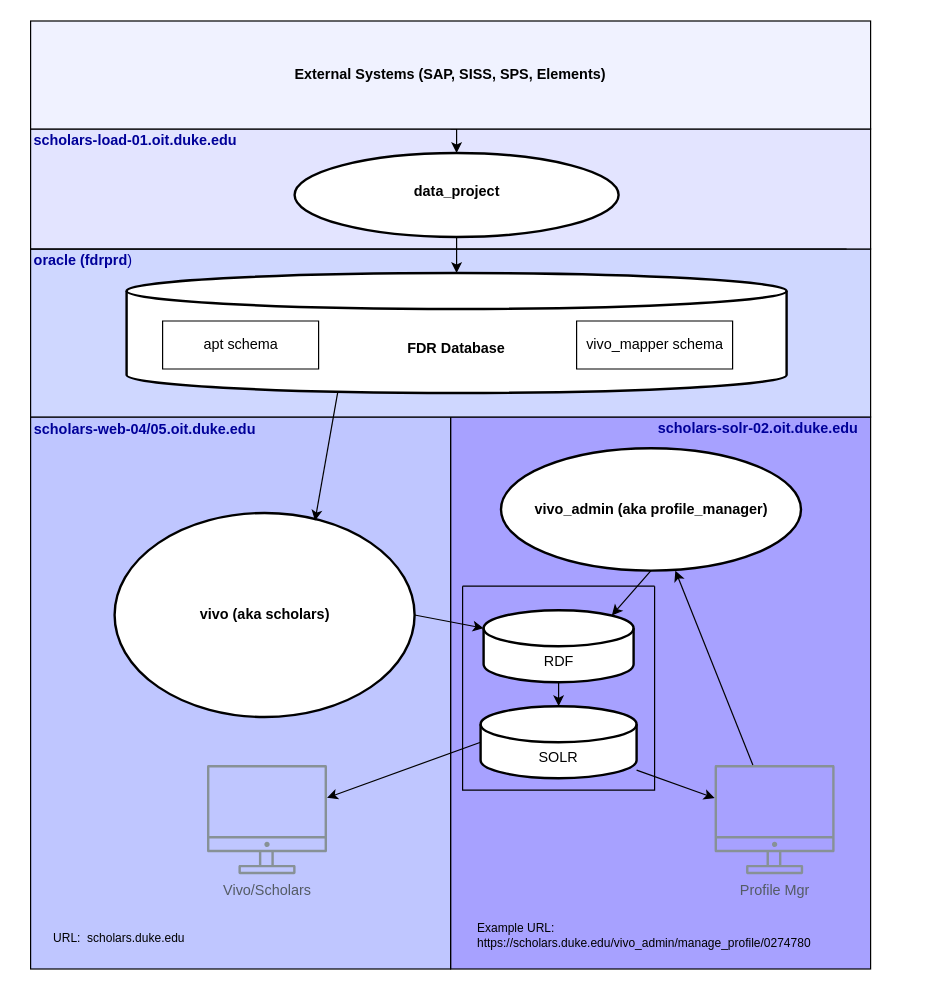
Above: Untitled Diagram.drawio in tibbs001/scholars (draw.io), before the change. Source tidied: cells renumbered, new cells numbered last; positions are measured from the earlier drawing's top-left corner, leaving out a move shared by most shapes. Both pictures are drawn from the tidied source at 120%, with x=0, y=0 at pixel (20, 20).
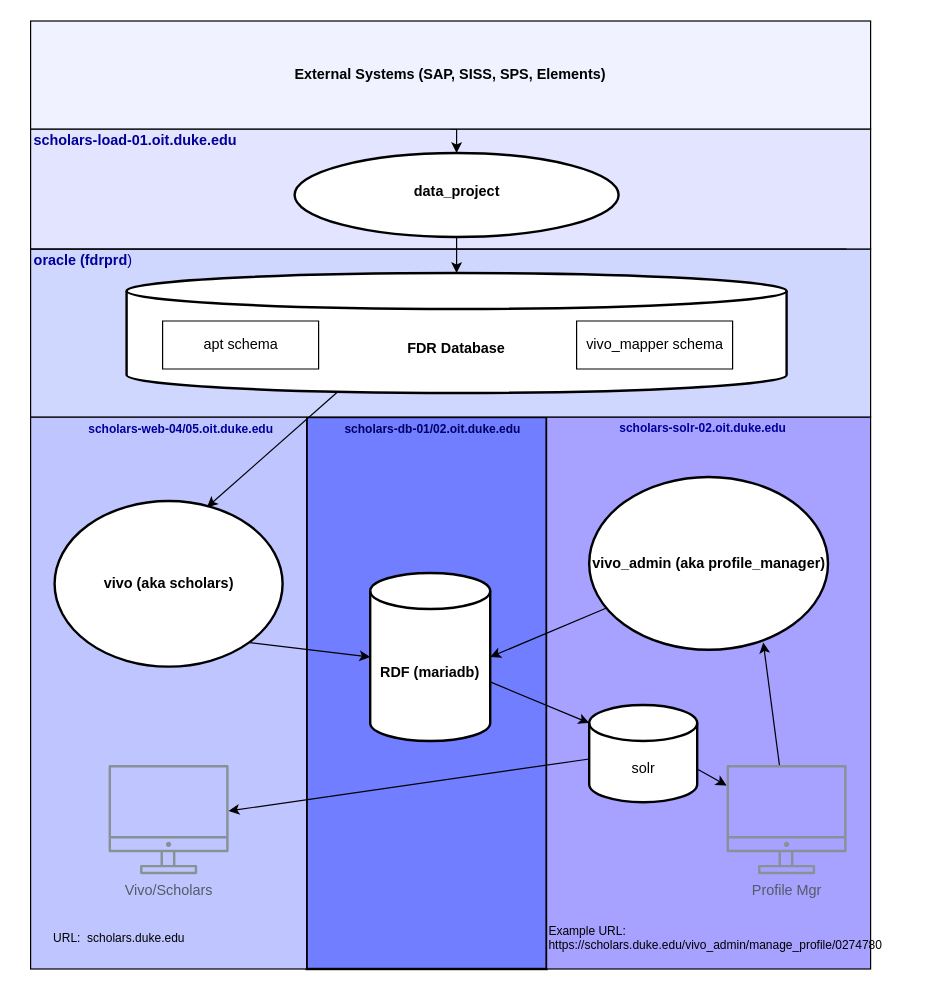
The same page after the edit.

Change to the diagram source:
```diff
@@
+    <mxCell id="34" style="rounded=0;whiteSpace=wrap;html=1;labelBackgroundColor=none;labelBorderColor=none;fontSize=10;fontColor=#000000;strokeWidth=2;fillColor=#707EFF;" parent="1" vertex="1">
+      <mxGeometry x="238" y="330" width="200" height="460" as="geometry" />
+    </mxCell>
     <mxCell id="2" style="rounded=0;whiteSpace=wrap;html=1;fillColor=#A7A1FF;" parent="1" vertex="1">
-      <mxGeometry x="358" y="330" width="350" height="460" as="geometry" />
+      <mxGeometry x="438" y="330" width="270" height="460" as="geometry" />
     </mxCell>
     <mxCell id="3" style="rounded=0;whiteSpace=wrap;html=1;fillColor=#BFC6FF;" parent="1" vertex="1">
-      <mxGeometry x="8" y="330" width="350" height="460" as="geometry" />
+      <mxGeometry x="8" y="330" width="230" height="460" as="geometry" />
     </mxCell>
@@
     <mxCell id="9" value="&lt;div&gt;Vivo/Scholars&lt;/div&gt;" style="sketch=0;outlineConnect=0;gradientColor=none;fontColor=#545B64;strokeColor=none;fillColor=#879196;dashed=0;verticalLabelPosition=bottom;verticalAlign=top;align=center;html=1;fontSize=12;fontStyle=0;shape=mxgraph.aws4.illustration_desktop;" parent="1" vertex="1">
-      <mxGeometry x="155" y="620" width="100" height="91" as="geometry" />
+      <mxGeometry x="73" y="620" width="100" height="91" as="geometry" />
     </mxCell>
     <mxCell id="10" value="&lt;div&gt;Profile Mgr &lt;br&gt;&lt;/div&gt;" style="sketch=0;outlineConnect=0;gradientColor=none;fontColor=#545B64;strokeColor=none;fillColor=#879196;dashed=0;verticalLabelPosition=bottom;verticalAlign=top;align=center;html=1;fontSize=12;fontStyle=0;shape=mxgraph.aws4.illustration_desktop;" parent="1" vertex="1">
-      <mxGeometry x="578" y="620" width="100" height="91" as="geometry" />
+      <mxGeometry x="588" y="620" width="100" height="91" as="geometry" />
     </mxCell>
@@
     <mxCell id="12" value="&lt;b&gt;vivo (aka scholars)&lt;/b&gt;" style="verticalLabelPosition=middle;verticalAlign=middle;html=1;shape=mxgraph.flowchart.on-page_reference;fontStyle=0;horizontal=1;labelPosition=center;align=center;strokeWidth=2;" parent="1" vertex="1">
-      <mxGeometry x="78" y="410" width="250" height="170" as="geometry" />
+      <mxGeometry x="28" y="400" width="190" height="138" as="geometry" />
     </mxCell>
     <mxCell id="13" value="&lt;b&gt;vivo_admin (aka profile_manager)&lt;/b&gt;" style="verticalLabelPosition=middle;verticalAlign=middle;html=1;shape=mxgraph.flowchart.on-page_reference;fontStyle=0;horizontal=1;labelPosition=center;align=center;strokeWidth=2;" parent="1" vertex="1">
-      <mxGeometry x="400" y="356" width="250" height="102" as="geometry" />
+      <mxGeometry x="473.5" y="380" width="199" height="144" as="geometry" />
     </mxCell>
@@
-    <mxCell id="17" style="endArrow=classic;html=1;rounded=0;curved=1;exitX=0;exitY=0.5;exitDx=0;exitDy=0;exitPerimeter=0;" parent="1" edge="1" source="20" target="9">
+    <mxCell id="17" style="endArrow=classic;html=1;rounded=0;curved=1;exitX=0;exitY=0;exitDx=0;exitDy=45;exitPerimeter=0;" parent="1" edge="1" source="35" target="9">
       <mxGeometry relative="1" as="geometry" />
     </mxCell>
-    <mxCell id="18" style="swimlane;startSize=0;" parent="1" vertex="1">
-      <mxGeometry x="368" y="471" width="160" height="170" as="geometry" />
-    </mxCell>
-    <mxCell id="19" value="RDF" style="shape=cylinder3;whiteSpace=wrap;html=1;boundedLbl=1;backgroundOutline=1;size=15;strokeWidth=2;" parent="18" vertex="1">
-      <mxGeometry x="17.5" y="20" width="125" height="60" as="geometry" />
-    </mxCell>
-    <mxCell id="20" value="SOLR" style="shape=cylinder3;whiteSpace=wrap;html=1;boundedLbl=1;backgroundOutline=1;size=15;strokeWidth=2;" parent="18" vertex="1">
-      <mxGeometry x="15" y="100" width="130" height="60" as="geometry" />
-    </mxCell>
-    <mxCell id="21" style="endArrow=classic;html=1;rounded=0;curved=1;exitX=0.5;exitY=1;exitDx=0;exitDy=0;exitPerimeter=0;" parent="18" edge="1" source="19" target="20">
-      <mxGeometry relative="1" as="geometry" />
-    </mxCell>
-    <mxCell id="22" style="endArrow=classic;html=1;rounded=0;curved=1;" parent="1" edge="1" source="20" target="10">
-      <mxGeometry relative="1" as="geometry" />
-    </mxCell>
-    <mxCell id="23" style="endArrow=classic;html=1;rounded=0;curved=1;" parent="1" edge="1" source="10" target="13">
+    <mxCell id="23" style="endArrow=classic;html=1;rounded=0;curved=1;entryX=0.729;entryY=0.958;entryDx=0;entryDy=0;entryPerimeter=0;" parent="1" edge="1" source="10" target="13">
       <mxGeometry relative="1" as="geometry" />
     </mxCell>
@@
-    <mxCell id="27" value="&lt;div&gt;&lt;font color=&quot;#000099&quot;&gt;&lt;b&gt;scholars-web-04/05.oit.duke.edu&lt;/b&gt;&lt;/font&gt;&lt;/div&gt;" style="text;html=1;align=center;verticalAlign=middle;strokeColor=none;fillColor=none;" parent="1" vertex="1">
-      <mxGeometry x="3" y="331" width="200" height="20" as="geometry" />
+    <mxCell id="27" value="&lt;div style=&quot;font-size: 10px;&quot;&gt;&lt;font style=&quot;font-size: 10px;&quot; color=&quot;#000099&quot;&gt;&lt;b style=&quot;font-size: 10px;&quot;&gt;scholars-web-04/05.oit.duke.edu&lt;/b&gt;&lt;/font&gt;&lt;/div&gt;" style="text;html=1;align=center;verticalAlign=middle;strokeColor=none;fillColor=none;fontSize=10;" parent="1" vertex="1">
+      <mxGeometry x="48" y="330" width="170" height="20" as="geometry" />
     </mxCell>
-    <mxCell id="28" value="&lt;div&gt;&lt;font color=&quot;#000099&quot;&gt;&lt;b&gt;scholars-solr-02.oit.duke.edu&lt;/b&gt;&lt;/font&gt;&lt;/div&gt;&lt;div&gt;&lt;font color=&quot;#000099&quot;&gt;&lt;b&gt;&lt;br&gt;&lt;/b&gt;&lt;/font&gt;&lt;/div&gt;" style="text;html=1;align=center;verticalAlign=middle;strokeColor=none;fillColor=none;" parent="1" vertex="1">
-      <mxGeometry x="524" y="332" width="180" height="30" as="geometry" />
+    <mxCell id="28" value="&lt;div style=&quot;font-size: 10px;&quot;&gt;&lt;font style=&quot;font-size: 10px;&quot; color=&quot;#000099&quot;&gt;&lt;b style=&quot;font-size: 10px;&quot;&gt;scholars-solr-02.oit.duke.edu&lt;/b&gt;&lt;/font&gt;&lt;/div&gt;&lt;div style=&quot;font-size: 10px;&quot;&gt;&lt;font style=&quot;font-size: 10px;&quot; color=&quot;#000099&quot;&gt;&lt;b style=&quot;font-size: 10px;&quot;&gt;&lt;br style=&quot;font-size: 10px;&quot;&gt;&lt;/b&gt;&lt;/font&gt;&lt;/div&gt;" style="text;html=1;align=center;verticalAlign=middle;strokeColor=none;fillColor=none;fontSize=10;" parent="1" vertex="1">
+      <mxGeometry x="493" y="330" width="150" height="30" as="geometry" />
     </mxCell>
-    <mxCell id="29" style="endArrow=classic;html=1;rounded=0;curved=1;exitX=1;exitY=0.5;exitDx=0;exitDy=0;exitPerimeter=0;entryX=0;entryY=0;entryDx=0;entryDy=15;entryPerimeter=0;" parent="1" edge="1" source="12" target="19">
+    <mxCell id="29" style="endArrow=classic;html=1;rounded=0;curved=1;exitX=0.855;exitY=0.855;exitDx=0;exitDy=0;exitPerimeter=0;entryX=0;entryY=0.5;entryDx=0;entryDy=0;entryPerimeter=0;" parent="1" edge="1" source="12" target="19">
       <mxGeometry relative="1" as="geometry" />
     </mxCell>
@@
-    <mxCell id="31" style="endArrow=classic;html=1;rounded=0;curved=1;exitX=0.5;exitY=1;exitDx=0;exitDy=0;exitPerimeter=0;entryX=0.855;entryY=0;entryDx=0;entryDy=4.35;entryPerimeter=0;" parent="1" edge="1" source="13" target="19">
+    <mxCell id="31" style="endArrow=classic;html=1;rounded=0;curved=1;exitX=0.075;exitY=0.757;exitDx=0;exitDy=0;exitPerimeter=0;entryX=1;entryY=0.5;entryDx=0;entryDy=0;entryPerimeter=0;" parent="1" edge="1" source="13" target="19">
       <mxGeometry relative="1" as="geometry" />
     </mxCell>
-    <mxCell id="32" value="&lt;div style=&quot;font-size: 10px;&quot; align=&quot;left&quot;&gt;Example URL:&lt;/div&gt;&lt;div style=&quot;font-size: 10px;&quot;&gt;https://scholars.duke.edu/vivo_admin/manage_profile/0274780&lt;br style=&quot;font-size: 10px;&quot;&gt;&lt;/div&gt;" style="text;html=1;strokeColor=none;fillColor=none;align=center;verticalAlign=middle;whiteSpace=wrap;rounded=0;labelBackgroundColor=none;labelBorderColor=none;fontColor=#000000;fontSize=10;" parent="1" vertex="1">
-      <mxGeometry x="361" y="753" width="317" height="17" as="geometry" />
+    <mxCell id="32" value="&lt;div style=&quot;font-size: 10px;&quot;&gt;Example URL:&lt;/div&gt;&lt;div style=&quot;font-size: 10px;&quot;&gt;https://scholars.duke.edu/vivo_admin/manage_profile/0274780&lt;br style=&quot;font-size: 10px;&quot;&gt;&lt;/div&gt;" style="text;html=1;strokeColor=none;fillColor=none;align=left;verticalAlign=middle;whiteSpace=wrap;rounded=0;labelBackgroundColor=none;labelBorderColor=none;fontColor=#000000;fontSize=10;" parent="1" vertex="1">
+      <mxGeometry x="438" y="755.5" width="308" height="17" as="geometry" />
     </mxCell>
@@
+    <mxCell id="19" value="&lt;b&gt;RDF (mariadb)&lt;/b&gt;" style="shape=cylinder3;whiteSpace=wrap;html=1;boundedLbl=1;backgroundOutline=1;size=15;strokeWidth=2;" parent="1" vertex="1">
+      <mxGeometry x="291" y="460" width="100" height="140" as="geometry" />
+    </mxCell>
+    <mxCell id="21" style="endArrow=classic;html=1;rounded=0;curved=1;entryX=0;entryY=0;entryDx=0;entryDy=15;entryPerimeter=0;" parent="1" edge="1" source="19" target="35">
+      <mxGeometry relative="1" as="geometry" />
+    </mxCell>
+    <mxCell id="35" value="solr" style="shape=cylinder3;whiteSpace=wrap;html=1;boundedLbl=1;backgroundOutline=1;size=15;strokeWidth=2;" parent="1" vertex="1">
+      <mxGeometry x="473.5" y="570" width="90" height="81" as="geometry" />
+    </mxCell>
+    <mxCell id="36" value="&lt;font style=&quot;font-size: 10px&quot; face=&quot;Helvetica&quot;&gt;&lt;span style=&quot;text-decoration: none; font-style: normal;&quot;&gt;scholars-db-01/02.oit.duke.edu&lt;/span&gt;&lt;/font&gt;" style="text;html=1;strokeColor=none;fillColor=none;align=left;verticalAlign=middle;whiteSpace=wrap;rounded=0;labelBackgroundColor=none;labelBorderColor=none;fontSize=10;fontColor=#000066;fontStyle=1;" parent="1" vertex="1">
+      <mxGeometry x="268" y="325" width="170" height="30" as="geometry" />
+    </mxCell>
+    <mxCell id="37" style="endArrow=classic;html=1;rounded=0;fontFamily=Helvetica;fontSize=10;fontColor=#000066;curved=1;exitX=1;exitY=0;exitDx=0;exitDy=53.25;exitPerimeter=0;" parent="1" edge="1" source="35" target="10">
+      <mxGeometry relative="1" as="geometry" />
+    </mxCell>
```
